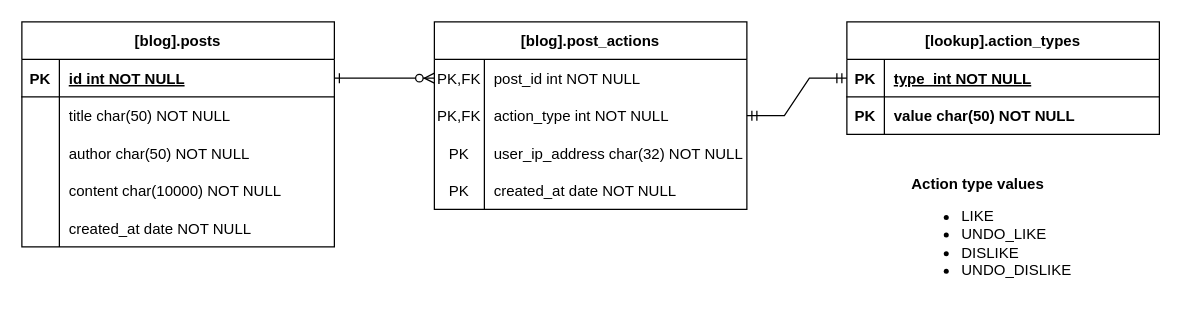
The draw.io diagram Assets/bloggerdb_database_diagram.drawio in hariharansubramanian/Blog-full, before the edit. Source tidied: cells renumbered, new cells numbered last; positions are measured from the earlier drawing's top-left corner, leaving out a move shared by most shapes. Both pictures are drawn from the tidied source at 125%, with x=0, y=0 at pixel (21, 21).
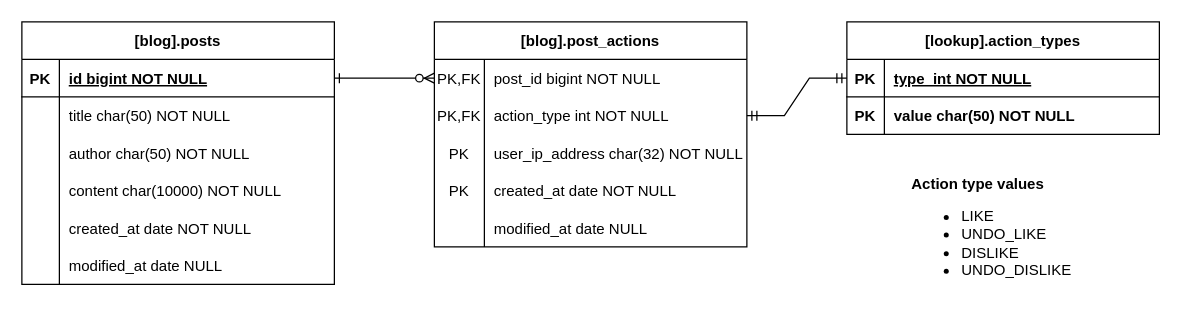
The same diagram, later.

Unchanged cells that the change refers to:
```xml
<mxCell id="4" style="shape=partialRectangle;fillColor=none;points=[[0,0.5],[1,0.5]];portConstraint=eastwest;top=0;left=0;right=0;bottom=0;" parent="3" vertex="1">
  <mxGeometry y="30" width="250" height="30" as="geometry" />
</mxCell>
<mxCell id="17" style="shape=partialRectangle;fillColor=none;points=[[0,0.5],[1,0.5]];portConstraint=eastwest;top=0;left=0;right=0;bottom=1;" parent="16" vertex="1">
  <mxGeometry y="30" width="250" height="30" as="geometry" />
</mxCell>
```

Diff of the diagram source:
```diff
@@
     <mxCell id="3" value="[blog].post_actions" style="shape=table;startSize=30;childLayout=tableLayout;rowLines=0;fontStyle=1;align=center;" parent="1" vertex="1">
-      <mxGeometry x="330" width="250" height="150" as="geometry" />
+      <mxGeometry x="330" width="250" height="180" as="geometry" />
     </mxCell>
@@
-    <mxCell id="6" value="post_id int NOT NULL" style="shape=partialRectangle;overflow=hidden;fillColor=none;top=0;left=0;bottom=0;right=0;align=left;spacingLeft=6;" parent="4" vertex="1">
+    <mxCell id="6" value="post_id bigint NOT NULL" style="shape=partialRectangle;overflow=hidden;fillColor=none;top=0;left=0;bottom=0;right=0;align=left;spacingLeft=6;" parent="4" vertex="1">
       <mxGeometry x="40" width="210" height="30" as="geometry" />
     </mxCell>
@@
+    <mxCell id="41" style="shape=partialRectangle;fillColor=none;top=0;left=0;right=0;bottom=0;" parent="3" vertex="1">
+      <mxGeometry y="150" width="250" height="30" as="geometry" />
+    </mxCell>
+    <mxCell id="42" style="shape=partialRectangle;overflow=hidden;fillColor=none;top=0;left=0;bottom=0;right=0;" parent="41" vertex="1">
+      <mxGeometry width="40" height="30" as="geometry" />
+    </mxCell>
+    <mxCell id="43" value="modified_at date NULL" style="shape=partialRectangle;overflow=hidden;fillColor=none;top=0;left=0;bottom=0;right=0;align=left;spacingLeft=6;" parent="41" vertex="1">
+      <mxGeometry x="40" width="210" height="30" as="geometry" />
+    </mxCell>
     <mxCell id="16" value="[blog].posts" style="shape=table;startSize=30;childLayout=tableLayout;rowLines=0;fontStyle=1;align=center;" parent="1" vertex="1">
-      <mxGeometry width="250" height="180" as="geometry" />
+      <mxGeometry width="250" height="210" as="geometry" />
     </mxCell>
@@
-    <mxCell id="19" value="id int NOT NULL " style="shape=partialRectangle;overflow=hidden;fillColor=none;top=0;left=0;bottom=0;right=0;align=left;spacingLeft=6;fontStyle=5;" parent="17" vertex="1">
+    <mxCell id="19" value="id bigint NOT NULL " style="shape=partialRectangle;overflow=hidden;fillColor=none;top=0;left=0;bottom=0;right=0;align=left;spacingLeft=6;fontStyle=5;" parent="17" vertex="1">
       <mxGeometry x="30" width="220" height="30" as="geometry" />
     </mxCell>
@@
+    <mxCell id="44" style="shape=partialRectangle;fillColor=none;top=0;left=0;right=0;bottom=0;" parent="16" vertex="1">
+      <mxGeometry y="180" width="250" height="30" as="geometry" />
+    </mxCell>
+    <mxCell id="45" style="shape=partialRectangle;overflow=hidden;fillColor=none;top=0;left=0;bottom=0;right=0;" parent="44" vertex="1">
+      <mxGeometry width="30" height="30" as="geometry" />
+    </mxCell>
+    <mxCell id="46" value="modified_at date NULL" style="shape=partialRectangle;overflow=hidden;fillColor=none;top=0;left=0;bottom=0;right=0;align=left;spacingLeft=6;" parent="44" vertex="1">
+      <mxGeometry x="30" width="220" height="30" as="geometry" />
+    </mxCell>
```
